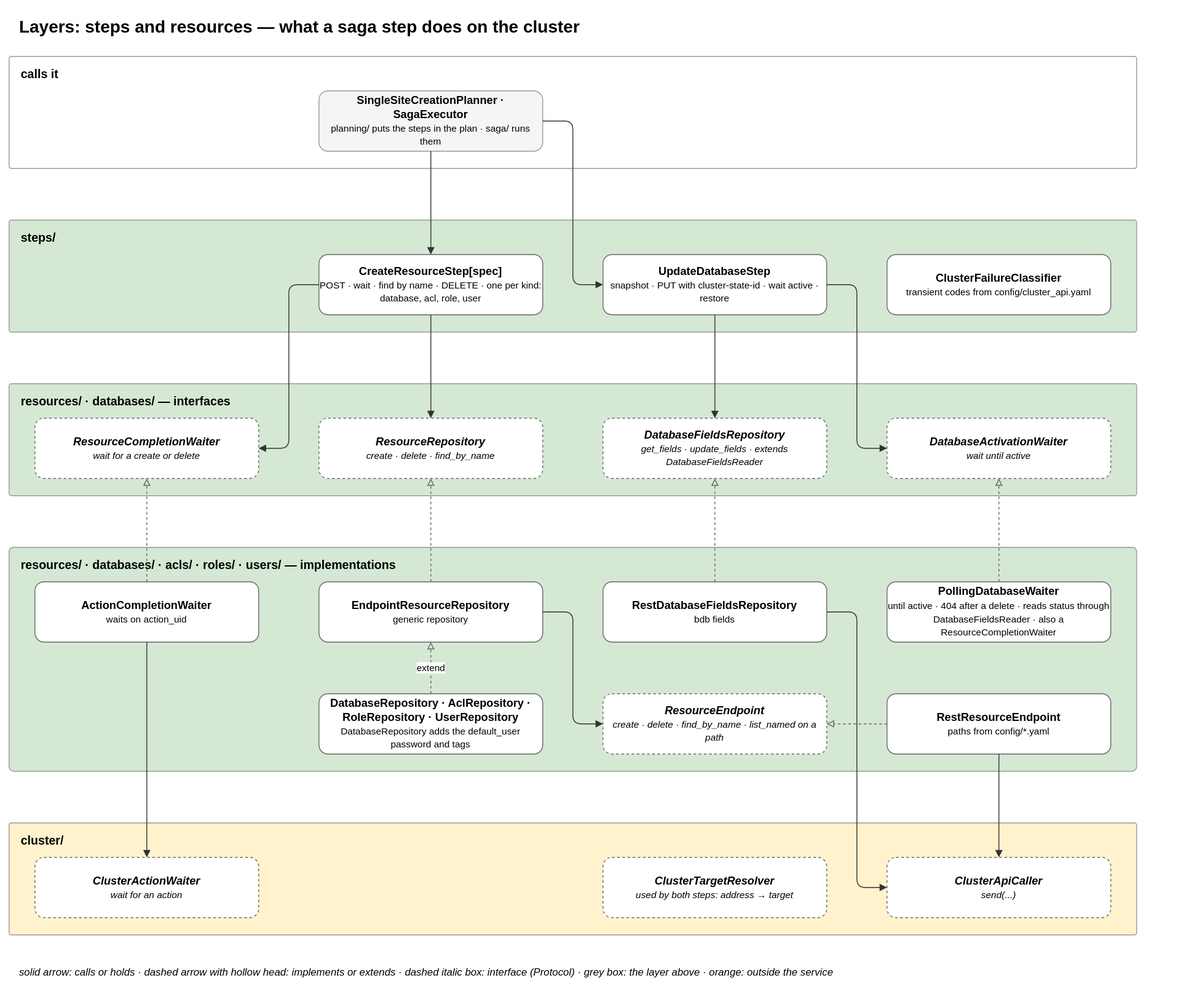
The draw.io diagram docs/diagrams/07-layer-steps-resources.drawio.svg in EliShteinman/redis-enterprise-services, before a commit. Source tidied: cells renumbered, new cells last; positions are measured from the earlier drawing's top-left corner, leaving out a move shared by most shapes.
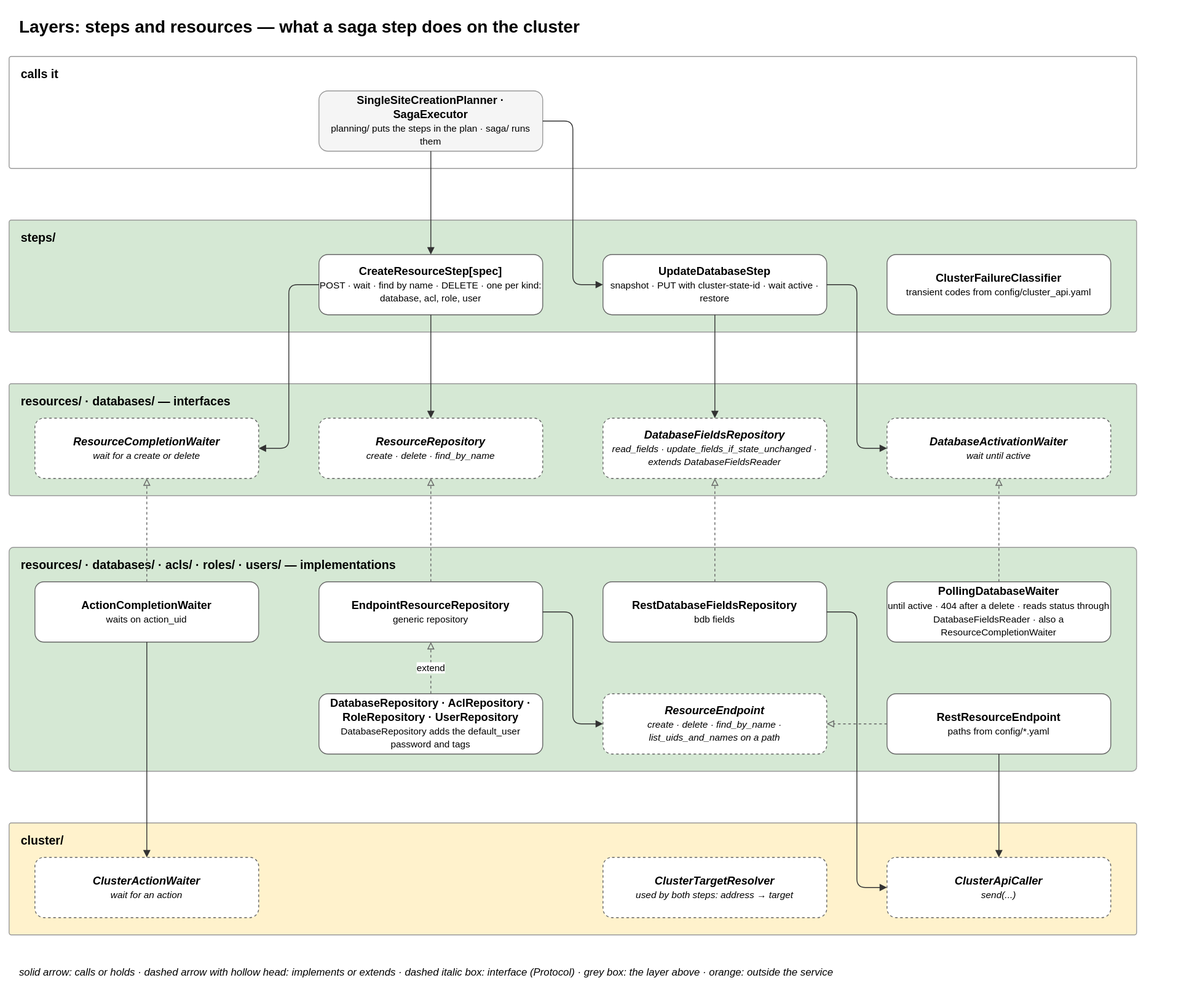
The same diagram one commit later.

Diff of the diagram source:
```diff
@@ -32,7 +32,7 @@
     <mxCell id="11" value="&lt;b&gt;ResourceRepository&lt;/b&gt;&lt;br&gt;&lt;font style='font-size:11px'&gt;create · delete · find_by_name&lt;/font&gt;" style="rounded=1;whiteSpace=wrap;html=1;fillColor=#ffffff;strokeColor=#666666;fontSize=13;dashed=1;fontStyle=2;" parent="1" vertex="1">
       <mxGeometry x="360" y="475" width="260" height="70" as="geometry" />
     </mxCell>
-    <mxCell id="12" value="&lt;b&gt;DatabaseFieldsRepository&lt;/b&gt;&lt;br&gt;&lt;font style='font-size:11px'&gt;get_fields · update_fields · extends DatabaseFieldsReader&lt;/font&gt;" style="rounded=1;whiteSpace=wrap;html=1;fillColor=#ffffff;strokeColor=#666666;fontSize=13;dashed=1;fontStyle=2;" parent="1" vertex="1">
+    <mxCell id="12" value="&lt;b&gt;DatabaseFieldsRepository&lt;/b&gt;&lt;br&gt;&lt;font style='font-size:11px'&gt;read_fields · update_fields_if_state_unchanged · extends DatabaseFieldsReader&lt;/font&gt;" style="rounded=1;whiteSpace=wrap;html=1;fillColor=#ffffff;strokeColor=#666666;fontSize=13;dashed=1;fontStyle=2;" parent="1" vertex="1">
       <mxGeometry x="690" y="475" width="260" height="70" as="geometry" />
     </mxCell>
     <mxCell id="13" value="&lt;b&gt;DatabaseActivationWaiter&lt;/b&gt;&lt;br&gt;&lt;font style='font-size:11px'&gt;wait until active&lt;/font&gt;" style="rounded=1;whiteSpace=wrap;html=1;fillColor=#ffffff;strokeColor=#666666;fontSize=13;dashed=1;fontStyle=2;" parent="1" vertex="1">
@@ -56,7 +56,7 @@
     <mxCell id="19" value="&lt;b&gt;DatabaseRepository · AclRepository · RoleRepository · UserRepository&lt;/b&gt;&lt;br&gt;&lt;font style='font-size:11px'&gt;DatabaseRepository adds the default_user password and tags&lt;/font&gt;" style="rounded=1;whiteSpace=wrap;html=1;fillColor=#ffffff;strokeColor=#666666;fontSize=13;" parent="1" vertex="1">
       <mxGeometry x="360" y="795" width="260" height="70" as="geometry" />
     </mxCell>
-    <mxCell id="20" value="&lt;b&gt;ResourceEndpoint&lt;/b&gt;&lt;br&gt;&lt;font style='font-size:11px'&gt;create · delete · find_by_name · list_named on a path&lt;/font&gt;" style="rounded=1;whiteSpace=wrap;html=1;fillColor=#ffffff;strokeColor=#666666;fontSize=13;dashed=1;fontStyle=2;" parent="1" vertex="1">
+    <mxCell id="20" value="&lt;b&gt;ResourceEndpoint&lt;/b&gt;&lt;br&gt;&lt;font style='font-size:11px'&gt;create · delete · find_by_name · list_uids_and_names on a path&lt;/font&gt;" style="rounded=1;whiteSpace=wrap;html=1;fillColor=#ffffff;strokeColor=#666666;fontSize=13;dashed=1;fontStyle=2;" parent="1" vertex="1">
       <mxGeometry x="690" y="795" width="260" height="70" as="geometry" />
     </mxCell>
     <mxCell id="21" value="&lt;b&gt;RestResourceEndpoint&lt;/b&gt;&lt;br&gt;&lt;font style='font-size:11px'&gt;paths from config/*.yaml&lt;/font&gt;" style="rounded=1;whiteSpace=wrap;html=1;fillColor=#ffffff;strokeColor=#666666;fontSize=13;" parent="1" vertex="1">
```
